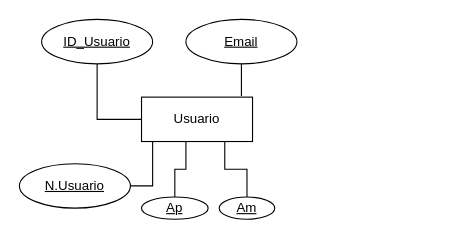
UzielVG10/FUNDAMENTOS-E-BASE-DE-DATOS- keeps this draw.io diagram as Practica 1 .drawio. Above is the earlier version. Source tidied: cells renumbered, new cells numbered last; positions are measured from the earlier drawing's top-left corner, leaving out a move shared by most shapes. Both pictures are drawn from the tidied source at 111%, with x=0, y=0 at pixel (19, 19).
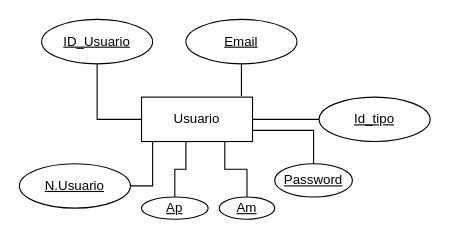
After the change.

Commit message:
Agregue password y id tipo

The edit, as a diff of the source:
```diff
@@
 <mxGraphModel>
   <root>
     <mxCell id="0" />
     <mxCell id="1" parent="0" />
     <mxCell id="2" value="Usuario" style="whiteSpace=wrap;html=1;align=center;" parent="1" vertex="1">
       <mxGeometry x="110" y="70" width="100" height="40" as="geometry" />
     </mxCell>
     <mxCell id="3" style="edgeStyle=orthogonalEdgeStyle;rounded=0;jettySize=auto;html=1;entryX=0;entryY=0.5;entryDx=0;entryDy=0;endArrow=none;endFill=0;" parent="1" edge="1" source="4" target="2">
       <mxGeometry relative="1" as="geometry" />
     </mxCell>
     <mxCell id="4" value="ID_Usuario" style="ellipse;whiteSpace=wrap;html=1;align=center;fontStyle=20;" parent="1" vertex="1">
       <mxGeometry x="20" width="100" height="40" as="geometry" />
     </mxCell>
     <mxCell id="5" value="Email" style="ellipse;whiteSpace=wrap;html=1;align=center;fontStyle=20;" parent="1" vertex="1">
       <mxGeometry x="150" width="100" height="40" as="geometry" />
     </mxCell>
     <mxCell id="6" style="edgeStyle=orthogonalEdgeStyle;rounded=0;jettySize=auto;html=1;exitX=0.5;exitY=1;exitDx=0;exitDy=0;entryX=0.9;entryY=-0.025;entryDx=0;entryDy=0;entryPerimeter=0;endArrow=none;endFill=0;" parent="1" edge="1" source="5" target="2">
       <mxGeometry relative="1" as="geometry" />
     </mxCell>
     <mxCell id="7" style="edgeStyle=orthogonalEdgeStyle;rounded=0;jettySize=auto;html=1;exitX=1;exitY=0.5;exitDx=0;exitDy=0;entryX=0;entryY=1;entryDx=0;entryDy=0;endArrow=none;endFill=0;" parent="1" edge="1" source="8" target="2">
       <mxGeometry relative="1" as="geometry" />
     </mxCell>
     <mxCell id="8" value="N.Usuario" style="ellipse;whiteSpace=wrap;html=1;align=center;fontStyle=20;" parent="1" vertex="1">
       <mxGeometry y="130" width="100" height="40" as="geometry" />
     </mxCell>
     <mxCell id="9" value="Ap" style="ellipse;whiteSpace=wrap;html=1;align=center;fontStyle=20;" parent="1" vertex="1">
       <mxGeometry x="110" y="160" width="60" height="20" as="geometry" />
     </mxCell>
     <mxCell id="10" style="edgeStyle=orthogonalEdgeStyle;rounded=0;jettySize=auto;html=1;exitX=0.5;exitY=0;exitDx=0;exitDy=0;entryX=0.75;entryY=1;entryDx=0;entryDy=0;endArrow=none;endFill=0;" parent="1" edge="1" source="11" target="2">
       <mxGeometry relative="1" as="geometry" />
     </mxCell>
     <mxCell id="11" value="Am" style="ellipse;whiteSpace=wrap;html=1;align=center;fontStyle=20;" parent="1" vertex="1">
       <mxGeometry x="180" y="160" width="50" height="20" as="geometry" />
     </mxCell>
     <mxCell id="12" style="edgeStyle=orthogonalEdgeStyle;rounded=0;jettySize=auto;html=1;exitX=0.5;exitY=0;exitDx=0;exitDy=0;entryX=0.4;entryY=1;entryDx=0;entryDy=0;entryPerimeter=0;endArrow=none;endFill=0;" parent="1" edge="1" source="9" target="2">
       <mxGeometry relative="1" as="geometry" />
     </mxCell>
+    <mxCell id="13" style="edgeStyle=orthogonalEdgeStyle;rounded=0;jettySize=auto;html=1;exitX=0.5;exitY=0;exitDx=0;exitDy=0;entryX=1;entryY=0.75;entryDx=0;entryDy=0;endArrow=none;endFill=0;" parent="1" edge="1" source="14" target="2">
+      <mxGeometry relative="1" as="geometry" />
+    </mxCell>
+    <mxCell id="14" value="Password" style="ellipse;whiteSpace=wrap;html=1;align=center;fontStyle=20;" parent="1" vertex="1">
+      <mxGeometry x="230" y="130" width="70" height="30" as="geometry" />
+    </mxCell>
+    <mxCell id="15" style="edgeStyle=orthogonalEdgeStyle;rounded=0;jettySize=auto;html=1;exitX=0;exitY=0.5;exitDx=0;exitDy=0;endArrow=none;endFill=0;" parent="1" edge="1" source="16" target="2">
+      <mxGeometry relative="1" as="geometry" />
+    </mxCell>
+    <mxCell id="16" value="Id_tipo" style="ellipse;whiteSpace=wrap;html=1;align=center;fontStyle=20;" parent="1" vertex="1">
+      <mxGeometry x="270" y="70" width="100" height="40" as="geometry" />
+    </mxCell>
   </root>
 </mxGraphModel>
```
